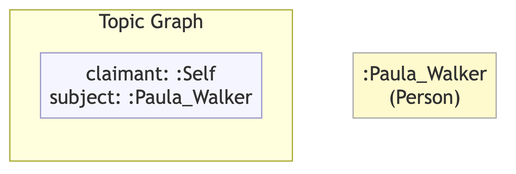
MeeFoundation/mia-ontologies keeps this Mermaid diagram as example/graphs/images/graph-06.png. Above is the earlier version. Its source is kept beside it as example/graphs/images/graph-06.mmd. The source it was exported from:
```mermaid
flowchart TD
    classDef person fill:#fffacd,stroke:#aaa,color:#333
    classDef grp    fill:#d4edda,stroke:#aaa,color:#333
    classDef org    fill:#cce5ff,stroke:#aaa,color:#333
    classDef lit    fill:none,stroke:none,font-style:italic,color:#2a7a2a
    classDef meta   fill:#f5f5ff,stroke:#9999cc,color:#333

    subgraph ctx["Topic Graph"]
        direction LR
        ctx_meta["claimant: :Self\nsubject: :Paula_Walker"]:::meta
    end

    nf4296ab13de4[":Paula_Walker\n(Person)"]:::person
```
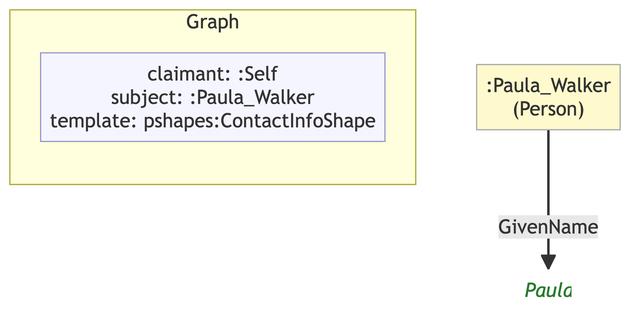
After the change.

The edit, as a diff of the source:
```diff
@@ -1,13 +1,15 @@
 flowchart TD
     classDef person fill:#fffacd,stroke:#aaa,color:#333
-    classDef grp    fill:#d4edda,stroke:#aaa,color:#333
     classDef org    fill:#cce5ff,stroke:#aaa,color:#333
     classDef lit    fill:none,stroke:none,font-style:italic,color:#2a7a2a
     classDef meta   fill:#f5f5ff,stroke:#9999cc,color:#333
 
-    subgraph ctx["Topic Graph"]
+    subgraph ctx["Graph"]
         direction LR
-        ctx_meta["claimant: :Self\nsubject: :Paula_Walker"]:::meta
+        ctx_meta["claimant: :Self\nsubject: :Paula_Walker\ntemplate: pshapes:ContactInfoShape"]:::meta
     end
 
     nf4296ab13de4[":Paula_Walker\n(Person)"]:::person
+    nd78e576880c8("Paula"):::lit
+
+    nf4296ab13de4 -->|"GivenName"| nd78e576880c8
```
